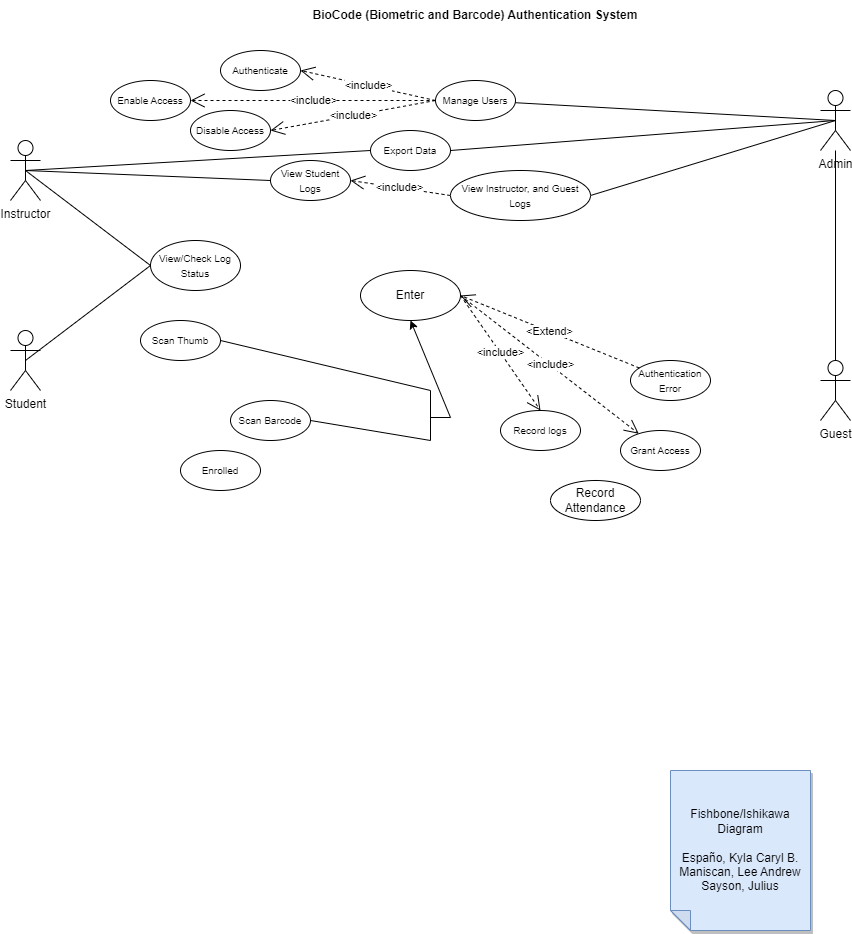
The draw.io diagram UseCaseDiagram.drawio.png in kaisunoo/Acads, before a commit. Source tidied: cells renumbered, new cells last; positions are measured from the earlier drawing's top-left corner, leaving out a move shared by most shapes.
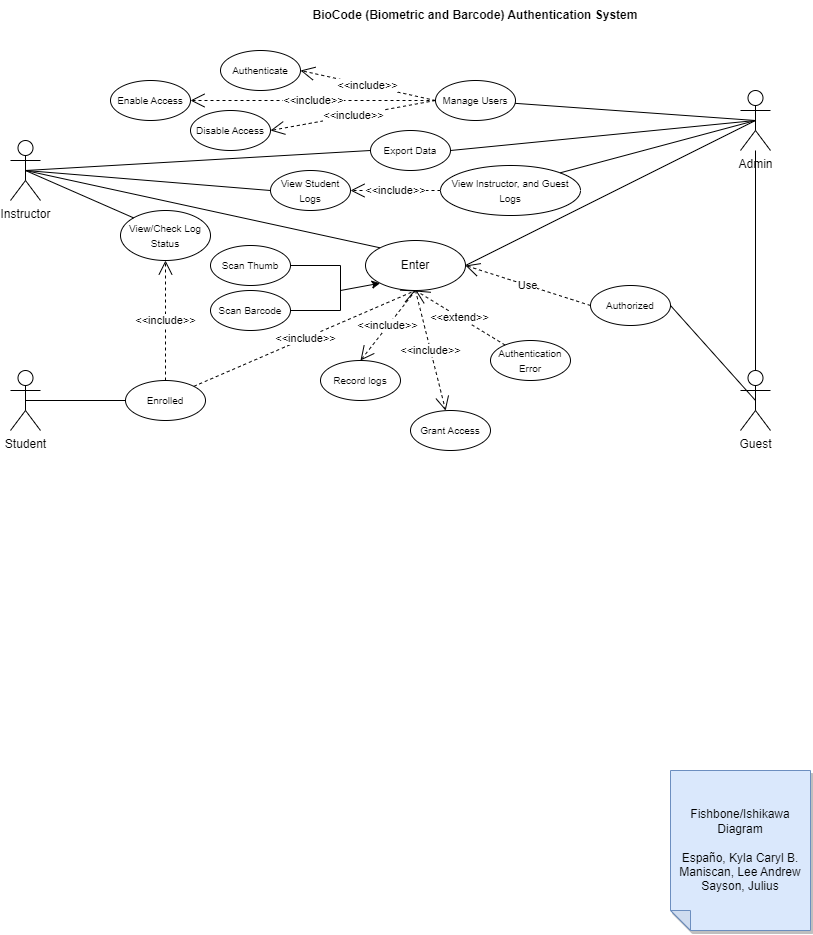
Later version of the same file.

Diff of the diagram source:
```diff
@@ -3,70 +3,63 @@
     <mxCell id="0" />
     <mxCell id="1" parent="0" />
     <mxCell id="2" value="Student" style="shape=umlActor;verticalLabelPosition=bottom;verticalAlign=top;html=1;outlineConnect=0;" parent="1" vertex="1">
-      <mxGeometry y="330" width="30" height="60" as="geometry" />
+      <mxGeometry y="370" width="30" height="60" as="geometry" />
     </mxCell>
     <mxCell id="3" value="Admin" style="shape=umlActor;verticalLabelPosition=bottom;verticalAlign=top;html=1;outlineConnect=0;" parent="1" vertex="1">
-      <mxGeometry x="810" y="90" width="30" height="60" as="geometry" />
+      <mxGeometry x="730" y="90" width="30" height="60" as="geometry" />
     </mxCell>
     <mxCell id="4" value="Instructor&lt;br&gt;" style="shape=umlActor;verticalLabelPosition=bottom;verticalAlign=top;html=1;outlineConnect=0;" parent="1" vertex="1">
       <mxGeometry y="140" width="30" height="60" as="geometry" />
     </mxCell>
     <mxCell id="5" value="Guest" style="shape=umlActor;verticalLabelPosition=bottom;verticalAlign=top;html=1;outlineConnect=0;" parent="1" vertex="1">
-      <mxGeometry x="810" y="360" width="30" height="60" as="geometry" />
+      <mxGeometry x="730" y="370" width="30" height="60" as="geometry" />
     </mxCell>
     <mxCell id="6" value="Enter" style="ellipse;whiteSpace=wrap;html=1;" parent="1" vertex="1">
-      <mxGeometry x="350" y="270" width="100" height="50" as="geometry" />
+      <mxGeometry x="355" y="240" width="100" height="50" as="geometry" />
     </mxCell>
     <mxCell id="7" value="&lt;font style=&quot;font-size: 10px;&quot;&gt;Scan Thumb&lt;/font&gt;" style="ellipse;whiteSpace=wrap;html=1;" parent="1" vertex="1">
-      <mxGeometry x="130" y="320" width="80" height="40" as="geometry" />
+      <mxGeometry x="200" y="245" width="80" height="40" as="geometry" />
     </mxCell>
     <mxCell id="8" value="&lt;font style=&quot;font-size: 10px;&quot;&gt;Scan Barcode&lt;/font&gt;" style="ellipse;whiteSpace=wrap;html=1;" parent="1" vertex="1">
-      <mxGeometry x="220" y="400" width="80" height="40" as="geometry" />
+      <mxGeometry x="200" y="290" width="80" height="40" as="geometry" />
     </mxCell>
     <mxCell id="9" style="endArrow=none;html=1;rounded=0;exitX=1;exitY=0.5;exitDx=0;exitDy=0;" parent="1" edge="1" source="8">
       <mxGeometry relative="1" as="geometry">
-        <mxPoint x="420" y="440" as="targetPoint" />
+        <mxPoint x="330" y="310" as="targetPoint" />
       </mxGeometry>
     </mxCell>
     <mxCell id="10" style="endArrow=none;html=1;rounded=0;exitX=1;exitY=0.5;exitDx=0;exitDy=0;" parent="1" edge="1" source="7">
       <mxGeometry relative="1" as="geometry">
-        <mxPoint x="420" y="390" as="targetPoint" />
+        <mxPoint x="330" y="265" as="targetPoint" />
       </mxGeometry>
     </mxCell>
     <mxCell id="11" style="endArrow=none;html=1;rounded=0;" parent="1" edge="1">
       <mxGeometry relative="1" as="geometry">
-        <mxPoint x="420" y="440" as="sourcePoint" />
-        <mxPoint x="420" y="390" as="targetPoint" />
+        <mxPoint x="330" y="310" as="sourcePoint" />
+        <mxPoint x="330" y="265" as="targetPoint" />
       </mxGeometry>
     </mxCell>
-    <mxCell id="12" style="endArrow=classic;html=1;rounded=0;entryX=0.5;entryY=1;entryDx=0;entryDy=0;" parent="1" edge="1" target="6">
+    <mxCell id="12" style="endArrow=classic;html=1;rounded=0;entryX=0;entryY=1;entryDx=0;entryDy=0;" parent="1" edge="1" target="6">
       <mxGeometry relative="1" as="geometry">
-        <mxPoint x="420" y="417" as="sourcePoint" />
-        <Array as="points">
-          <mxPoint x="440" y="417" />
-        </Array>
+        <mxPoint x="330" y="290" as="sourcePoint" />
       </mxGeometry>
     </mxCell>
     <mxCell id="13" style="endArrow=none;html=1;rounded=0;exitX=0.5;exitY=0.5;exitDx=0;exitDy=0;exitPerimeter=0;entryX=0;entryY=0.5;entryDx=0;entryDy=0;" parent="1" edge="1" source="4" target="34">
       <mxGeometry relative="1" as="geometry" />
     </mxCell>
-    <mxCell id="14" style="endArrow=none;html=1;rounded=0;entryX=0.5;entryY=0.5;entryDx=0;entryDy=0;entryPerimeter=0;exitX=0;exitY=0.5;exitDx=0;exitDy=0;" parent="1" edge="1" source="41" target="2">
-      <mxGeometry relative="1" as="geometry" />
-    </mxCell>
-    <mxCell id="15" value="Record Attendance" style="ellipse;whiteSpace=wrap;html=1;" parent="1" vertex="1">
-      <mxGeometry x="540" y="480" width="90" height="40" as="geometry" />
-    </mxCell>
     <mxCell id="16" value="Record logs" style="ellipse;whiteSpace=wrap;html=1;fontSize=10;" parent="1" vertex="1">
-      <mxGeometry x="490" y="410" width="80" height="40" as="geometry" />
+      <mxGeometry x="310" y="360" width="80" height="40" as="geometry" />
     </mxCell>
     <mxCell id="17" style="endArrow=none;html=1;rounded=0;exitX=0.5;exitY=0.5;exitDx=0;exitDy=0;exitPerimeter=0;entryX=1;entryY=0.5;entryDx=0;entryDy=0;" parent="1" edge="1" source="3" target="34">
       <mxGeometry relative="1" as="geometry" />
     </mxCell>
     <mxCell id="18" value="&lt;font style=&quot;font-size: 10px;&quot;&gt;Authentication Error&lt;/font&gt;" style="ellipse;whiteSpace=wrap;html=1;" parent="1" vertex="1">
-      <mxGeometry x="620" y="360" width="80" height="40" as="geometry" />
+      <mxGeometry x="480" y="340" width="80" height="40" as="geometry" />
     </mxCell>
-    <mxCell id="19" value="&amp;lt;Extend&amp;gt;" style="endArrow=open;endSize=12;dashed=1;html=1;rounded=0;entryX=1;entryY=0.5;entryDx=0;entryDy=0;" parent="1" edge="1" source="18" target="6">
-      <mxGeometry relative="1" as="geometry" />
+    <mxCell id="19" value="&amp;lt;&amp;lt;extend&amp;gt;&amp;gt;" style="endArrow=open;endSize=12;dashed=1;html=1;rounded=0;" parent="1" edge="1" source="18">
+      <mxGeometry relative="1" as="geometry">
+        <mxPoint x="405" y="290" as="targetPoint" />
+      </mxGeometry>
     </mxCell>
     <mxCell id="20" value="&lt;font style=&quot;font-size: 10px;&quot;&gt;Manage Users&lt;/font&gt;" style="ellipse;whiteSpace=wrap;html=1;" parent="1" vertex="1">
       <mxGeometry x="425" y="80" width="80" height="40" as="geometry" />
@@ -75,15 +68,15 @@
       <mxGeometry relative="1" as="geometry" />
     </mxCell>
     <mxCell id="22" value="&lt;font style=&quot;font-size: 10px;&quot;&gt;Grant Access&lt;/font&gt;" style="ellipse;whiteSpace=wrap;html=1;" parent="1" vertex="1">
-      <mxGeometry x="610" y="430" width="80" height="40" as="geometry" />
+      <mxGeometry x="400" y="410" width="80" height="40" as="geometry" />
     </mxCell>
-    <mxCell id="23" value="&amp;lt;include&amp;gt;" style="endArrow=open;endSize=12;dashed=1;html=1;rounded=0;exitX=1;exitY=0.5;exitDx=0;exitDy=0;" parent="1" edge="1" source="6" target="22">
+    <mxCell id="23" value="&amp;lt;&amp;lt;include&amp;gt;&amp;gt;" style="endArrow=open;endSize=12;dashed=1;html=1;rounded=0;exitX=0.5;exitY=1;exitDx=0;exitDy=0;" parent="1" edge="1" source="6" target="22">
       <mxGeometry relative="1" as="geometry" />
     </mxCell>
     <mxCell id="24" value="Fishbone/Ishikawa Diagram&lt;br&gt;&lt;br&gt;Españo, Kyla Caryl B.&lt;br&gt;Maniscan, Lee Andrew&lt;br&gt;Sayson, Julius" style="shape=note;whiteSpace=wrap;html=1;backgroundOutline=1;darkOpacity=0.05;fillColor=#dae8fc;strokeColor=#6c8ebf;fillStyle=solid;direction=west;gradientDirection=north;shadow=1;size=20;" parent="1" vertex="1">
       <mxGeometry x="660" y="770" width="140" height="160" as="geometry" />
     </mxCell>
-    <mxCell id="25" value="&amp;lt;include&amp;gt;" style="endArrow=open;endSize=12;dashed=1;html=1;rounded=0;entryX=0.5;entryY=0;entryDx=0;entryDy=0;exitX=1;exitY=0.5;exitDx=0;exitDy=0;" parent="1" edge="1" source="6" target="16">
+    <mxCell id="25" value="&amp;lt;&amp;lt;include&amp;gt;&amp;gt;" style="endArrow=open;endSize=12;dashed=1;html=1;rounded=0;entryX=0.5;entryY=0;entryDx=0;entryDy=0;exitX=0.5;exitY=1;exitDx=0;exitDy=0;" parent="1" edge="1" source="6" target="16">
       <mxGeometry relative="1" as="geometry" />
     </mxCell>
     <mxCell id="26" style="endArrow=none;html=1;rounded=0;exitX=0.5;exitY=0;exitDx=0;exitDy=0;exitPerimeter=0;" parent="1" edge="1" source="5" target="3">
@@ -98,44 +91,68 @@
     <mxCell id="29" value="&lt;font style=&quot;font-size: 10px;&quot;&gt;Disable Access&lt;/font&gt;" style="ellipse;whiteSpace=wrap;html=1;" parent="1" vertex="1">
       <mxGeometry x="180" y="110" width="80" height="40" as="geometry" />
     </mxCell>
-    <mxCell id="30" value="&amp;lt;include&amp;gt;" style="endArrow=open;endSize=12;dashed=1;html=1;rounded=0;exitX=0;exitY=0.5;exitDx=0;exitDy=0;entryX=1;entryY=0.5;entryDx=0;entryDy=0;" parent="1" edge="1" source="20" target="28">
+    <mxCell id="30" value="&amp;lt;&amp;lt;include&amp;gt;&amp;gt;" style="endArrow=open;endSize=12;dashed=1;html=1;rounded=0;exitX=0;exitY=0.5;exitDx=0;exitDy=0;entryX=1;entryY=0.5;entryDx=0;entryDy=0;" parent="1" edge="1" source="20" target="28">
       <mxGeometry relative="1" as="geometry" />
     </mxCell>
-    <mxCell id="31" value="&amp;lt;include&amp;gt;" style="endArrow=open;endSize=12;dashed=1;html=1;rounded=0;exitX=0;exitY=0.5;exitDx=0;exitDy=0;entryX=1;entryY=0.5;entryDx=0;entryDy=0;" parent="1" edge="1" source="20" target="29">
+    <mxCell id="31" value="&amp;lt;&amp;lt;include&amp;gt;&amp;gt;" style="endArrow=open;endSize=12;dashed=1;html=1;rounded=0;exitX=0;exitY=0.5;exitDx=0;exitDy=0;entryX=1;entryY=0.5;entryDx=0;entryDy=0;" parent="1" edge="1" source="20" target="29">
       <mxGeometry relative="1" as="geometry" />
     </mxCell>
     <mxCell id="32" value="&lt;font style=&quot;font-size: 10px;&quot;&gt;Authenticate&lt;/font&gt;" style="ellipse;whiteSpace=wrap;html=1;" parent="1" vertex="1">
       <mxGeometry x="210" y="50" width="80" height="40" as="geometry" />
     </mxCell>
-    <mxCell id="33" value="&amp;lt;include&amp;gt;" style="endArrow=open;endSize=12;dashed=1;html=1;rounded=0;exitX=0;exitY=0.5;exitDx=0;exitDy=0;entryX=1;entryY=0.5;entryDx=0;entryDy=0;" parent="1" edge="1" source="20" target="32">
+    <mxCell id="33" value="&amp;lt;&amp;lt;include&amp;gt;&amp;gt;" style="endArrow=open;endSize=12;dashed=1;html=1;rounded=0;exitX=0;exitY=0.5;exitDx=0;exitDy=0;entryX=1;entryY=0.5;entryDx=0;entryDy=0;" parent="1" edge="1" source="20" target="32">
       <mxGeometry relative="1" as="geometry" />
     </mxCell>
     <mxCell id="34" value="&lt;font style=&quot;font-size: 10px;&quot;&gt;Export Data&lt;/font&gt;" style="ellipse;whiteSpace=wrap;html=1;" parent="1" vertex="1">
       <mxGeometry x="360" y="130" width="80" height="40" as="geometry" />
     </mxCell>
     <mxCell id="35" value="&lt;font style=&quot;font-size: 10px;&quot;&gt;View Student Logs&lt;/font&gt;" style="ellipse;whiteSpace=wrap;html=1;" parent="1" vertex="1">
-      <mxGeometry x="260" y="160" width="80" height="40" as="geometry" />
+      <mxGeometry x="260" y="170" width="80" height="40" as="geometry" />
     </mxCell>
     <mxCell id="36" style="endArrow=none;html=1;rounded=0;entryX=0;entryY=0.5;entryDx=0;entryDy=0;exitX=0.5;exitY=0.5;exitDx=0;exitDy=0;exitPerimeter=0;" parent="1" edge="1" source="4" target="35">
       <mxGeometry relative="1" as="geometry" />
     </mxCell>
     <mxCell id="37" value="&lt;font style=&quot;font-size: 10px;&quot;&gt;View Instructor, and Guest Logs&lt;/font&gt;" style="ellipse;whiteSpace=wrap;html=1;" parent="1" vertex="1">
-      <mxGeometry x="440" y="170" width="140" height="50" as="geometry" />
+      <mxGeometry x="430" y="165" width="140" height="50" as="geometry" />
     </mxCell>
-    <mxCell id="38" style="endArrow=none;html=1;rounded=0;entryX=0.5;entryY=0.5;entryDx=0;entryDy=0;entryPerimeter=0;exitX=1;exitY=0.5;exitDx=0;exitDy=0;" parent="1" edge="1" source="37" target="3">
+    <mxCell id="38" style="endArrow=none;html=1;rounded=0;entryX=0.5;entryY=0.5;entryDx=0;entryDy=0;entryPerimeter=0;exitX=1;exitY=0;exitDx=0;exitDy=0;" parent="1" edge="1" source="37" target="3">
       <mxGeometry relative="1" as="geometry" />
     </mxCell>
-    <mxCell id="39" value="&amp;lt;include&amp;gt;" style="endArrow=open;endSize=12;dashed=1;html=1;rounded=0;exitX=0;exitY=0.5;exitDx=0;exitDy=0;entryX=1;entryY=0.5;entryDx=0;entryDy=0;" parent="1" edge="1" source="37" target="35">
+    <mxCell id="39" value="&amp;lt;&amp;lt;include&amp;gt;&amp;gt;" style="endArrow=open;endSize=12;dashed=1;html=1;rounded=0;exitX=0;exitY=0.5;exitDx=0;exitDy=0;entryX=1;entryY=0.5;entryDx=0;entryDy=0;" parent="1" edge="1" source="37" target="35">
       <mxGeometry relative="1" as="geometry" />
     </mxCell>
     <mxCell id="40" value="&lt;font style=&quot;font-size: 10px;&quot;&gt;Enrolled&lt;/font&gt;" style="ellipse;whiteSpace=wrap;html=1;" parent="1" vertex="1">
-      <mxGeometry x="170" y="450" width="80" height="40" as="geometry" />
+      <mxGeometry x="115" y="380" width="80" height="40" as="geometry" />
     </mxCell>
     <mxCell id="41" value="&lt;font style=&quot;font-size: 10px;&quot;&gt;View/Check Log Status&lt;/font&gt;" style="ellipse;whiteSpace=wrap;html=1;" parent="1" vertex="1">
-      <mxGeometry x="140" y="240" width="90" height="50" as="geometry" />
+      <mxGeometry x="110" y="210" width="90" height="50" as="geometry" />
     </mxCell>
-    <mxCell id="42" style="endArrow=none;html=1;rounded=0;exitX=0.5;exitY=0.5;exitDx=0;exitDy=0;exitPerimeter=0;entryX=0;entryY=0.5;entryDx=0;entryDy=0;" parent="1" edge="1" source="4" target="41">
+    <mxCell id="42" style="endArrow=none;html=1;rounded=0;exitX=0.5;exitY=0.5;exitDx=0;exitDy=0;exitPerimeter=0;entryX=0;entryY=0;entryDx=0;entryDy=0;" parent="1" edge="1" source="4" target="41">
       <mxGeometry relative="1" as="geometry" />
     </mxCell>
+    <mxCell id="43" value="&lt;font style=&quot;font-size: 10px;&quot;&gt;Authorized&lt;/font&gt;" style="ellipse;whiteSpace=wrap;html=1;" parent="1" vertex="1">
+      <mxGeometry x="580" y="285" width="80" height="40" as="geometry" />
+    </mxCell>
+    <mxCell id="44" style="endArrow=none;html=1;rounded=0;exitX=0.5;exitY=0.5;exitDx=0;exitDy=0;exitPerimeter=0;entryX=0;entryY=0;entryDx=0;entryDy=0;" parent="1" edge="1" source="4" target="6">
+      <mxGeometry relative="1" as="geometry" />
+    </mxCell>
+    <mxCell id="45" style="endArrow=none;html=1;rounded=0;entryX=0.5;entryY=0.5;entryDx=0;entryDy=0;entryPerimeter=0;exitX=1;exitY=0.5;exitDx=0;exitDy=0;" parent="1" edge="1" source="6" target="3">
+      <mxGeometry relative="1" as="geometry" />
+    </mxCell>
+    <mxCell id="46" style="endArrow=none;html=1;rounded=0;entryX=0;entryY=0.5;entryDx=0;entryDy=0;exitX=0.5;exitY=0.5;exitDx=0;exitDy=0;exitPerimeter=0;" parent="1" edge="1" source="2" target="40">
+      <mxGeometry relative="1" as="geometry" />
+    </mxCell>
+    <mxCell id="47" value="&amp;lt;&amp;lt;include&amp;gt;&amp;gt;" style="endArrow=open;endSize=12;dashed=1;html=1;rounded=0;exitX=0.5;exitY=0;exitDx=0;exitDy=0;entryX=0.5;entryY=1;entryDx=0;entryDy=0;" parent="1" edge="1" source="40" target="41">
+      <mxGeometry relative="1" as="geometry" />
+    </mxCell>
+    <mxCell id="48" value="&amp;lt;&amp;lt;include&amp;gt;&amp;gt;" style="endArrow=open;endSize=12;dashed=1;html=1;rounded=0;exitX=1;exitY=0;exitDx=0;exitDy=0;entryX=0.5;entryY=1;entryDx=0;entryDy=0;" parent="1" edge="1" source="40" target="6">
+      <mxGeometry relative="1" as="geometry" />
+    </mxCell>
+    <mxCell id="49" style="endArrow=none;html=1;rounded=0;entryX=0.5;entryY=0.5;entryDx=0;entryDy=0;entryPerimeter=0;exitX=1;exitY=0.5;exitDx=0;exitDy=0;" parent="1" edge="1" source="43" target="5">
+      <mxGeometry relative="1" as="geometry" />
+    </mxCell>
+    <mxCell id="50" value="Use" style="endArrow=open;endSize=12;dashed=1;html=1;rounded=0;exitX=0;exitY=0.5;exitDx=0;exitDy=0;entryX=1;entryY=0.5;entryDx=0;entryDy=0;" parent="1" edge="1" source="43" target="6">
+      <mxGeometry relative="1" as="geometry" />
+    </mxCell>
   </root>
 </mxGraphModel>
```
